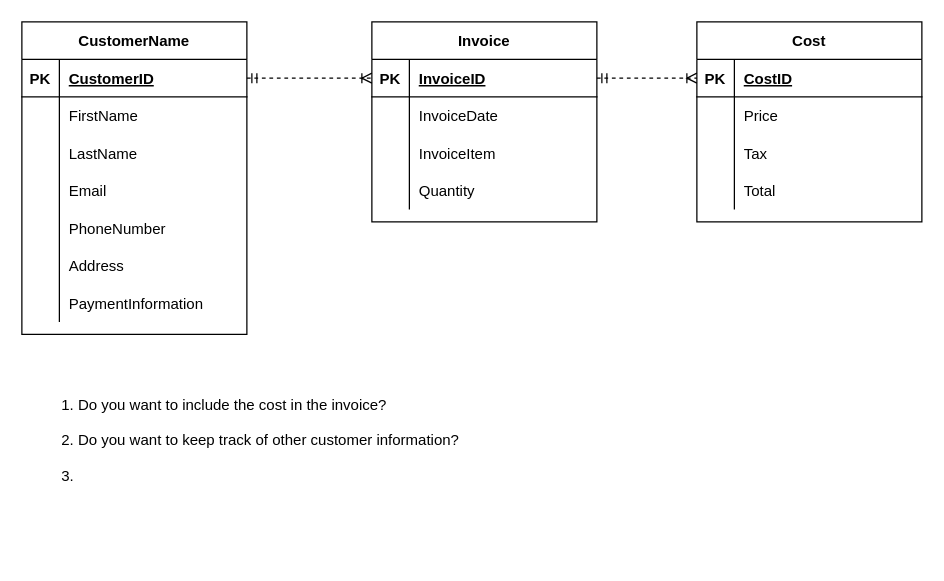
Above: Untitled Diagram.drawio in JerryJi002/Diagrams (draw.io), before the change. Source tidied: cells renumbered, new cells numbered last; positions are measured from the earlier drawing's top-left corner, leaving out a move shared by most shapes. Both pictures are drawn from the tidied source at 125%, with x=0, y=0 at pixel (21, 21).
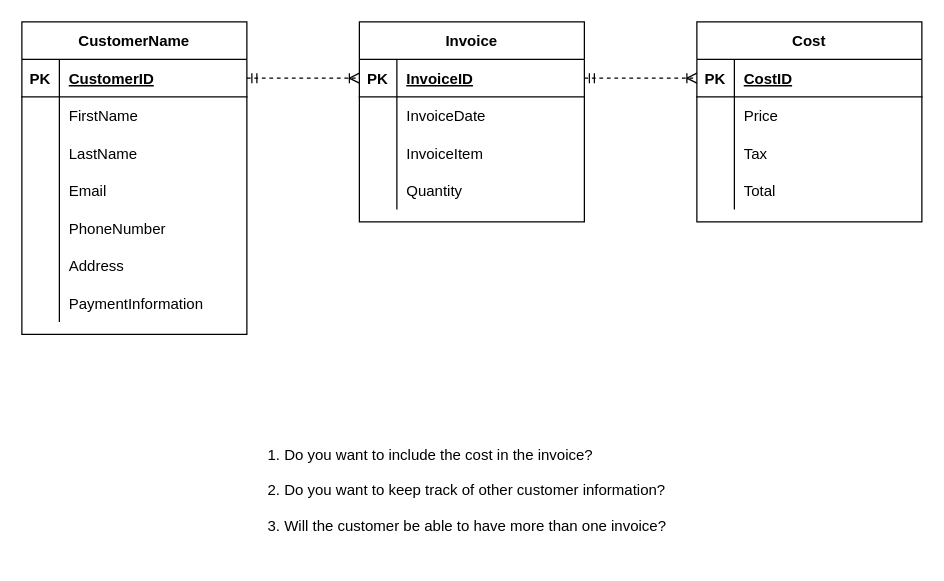
After the change.

Diff of the diagram source:
```diff
@@
     <mxCell id="37" value="Invoice" style="shape=table;startSize=30;childLayout=tableLayout;rowLines=0;fontStyle=1;align=center;" parent="1" vertex="1">
-      <mxGeometry x="280" width="180" height="160" as="geometry" />
+      <mxGeometry x="270" width="180" height="160" as="geometry" />
     </mxCell>
@@
-    <mxCell id="52" value="1. Do you want to include the cost in the invoice?&lt;br&gt;&lt;br&gt;2. Do you want to keep track of other customer information?&lt;br&gt;&lt;br&gt;3.&amp;nbsp;" style="text;html=1;strokeColor=none;fillColor=none;align=left;verticalAlign=middle;whiteSpace=wrap;rounded=0;" parent="1" vertex="1">
-      <mxGeometry x="30" y="280" width="640" height="110" as="geometry" />
+    <mxCell id="52" value="1. Do you want to include the cost in the invoice?&lt;br&gt;&lt;br&gt;2. Do you want to keep track of other customer information?&lt;br&gt;&lt;br&gt;3. Will the customer be able to have more than one invoice?" style="text;html=1;strokeColor=none;fillColor=none;align=left;verticalAlign=middle;whiteSpace=wrap;rounded=0;" parent="1" vertex="1">
+      <mxGeometry x="195" y="320" width="330" height="110" as="geometry" />
     </mxCell>
```
